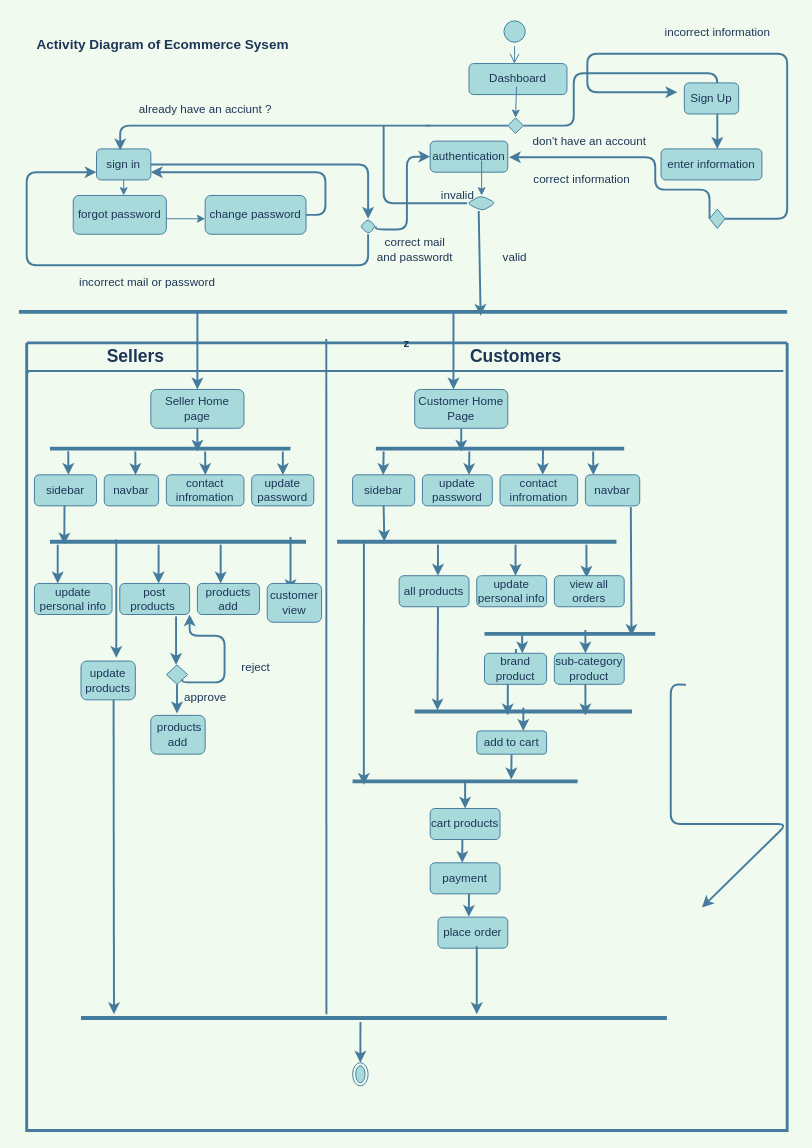
This is Activity Diagram Customers.drawio from Nasrinjaha/Click-Collect, a draw.io file, before an edit. Source tidied: cells renumbered, new cells numbered last; positions are measured from the earlier drawing's top-left corner, leaving out a move shared by most shapes. Both pictures are drawn from the tidied source at 97%, with x=0, y=0 at pixel (18, 16).
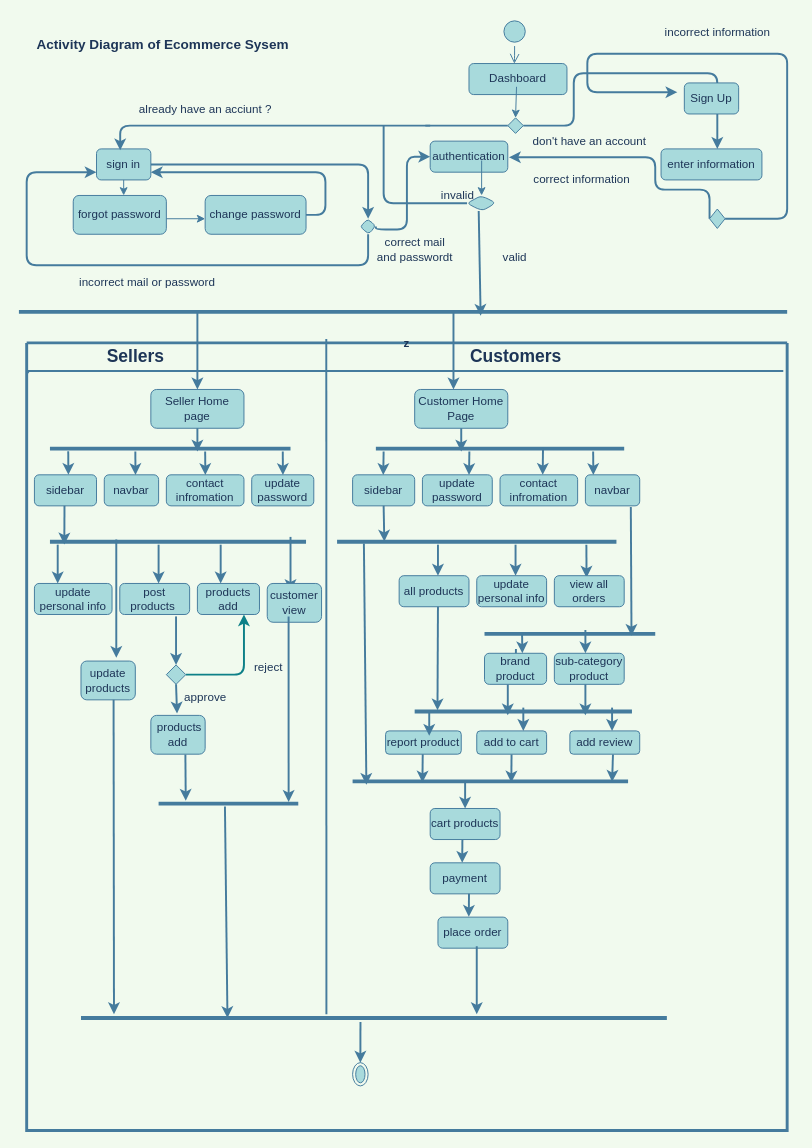
The same diagram, later.

Unchanged cells that the change refers to:
```xml
<mxCell id="24" value="z" style="swimlane;startSize=0;strokeWidth=3;fillColor=#A8DADC;strokeColor=#457B9D;fontColor=#1D3557;rounded=1;" parent="1" vertex="1">
  <mxGeometry x="8" y="336" width="784" height="812" as="geometry" />
</mxCell>
<mxCell id="38" value="post products&amp;nbsp;" style="whiteSpace=wrap;html=1;fillColor=#A8DADC;strokeColor=#457B9D;fontColor=#1D3557;rounded=1;" parent="24" vertex="1">
  <mxGeometry x="96" y="248" width="72" height="32" as="geometry" />
</mxCell>
<mxCell id="74" value="add to cart" style="whiteSpace=wrap;html=1;fillColor=#A8DADC;strokeColor=#457B9D;fontColor=#1D3557;rounded=1;" parent="24" vertex="1">
  <mxGeometry x="464" y="400" width="72" height="24" as="geometry" />
</mxCell>
<mxCell id="82" value="products add" style="whiteSpace=wrap;html=1;fillColor=#A8DADC;strokeColor=#457B9D;fontColor=#1D3557;rounded=1;" parent="24" vertex="1">
  <mxGeometry x="176" y="248" width="64" height="32" as="geometry" />
</mxCell>
<mxCell id="88" style="line;strokeWidth=4;html=1;shadow=0;glass=0;labelBackgroundColor=none;labelBorderColor=none;fontFamily=Times New Roman;fontSize=18;fillColor=#A8DADC;strokeColor=#457B9D;fontColor=#1D3557;rounded=1;" parent="24" vertex="1">
  <mxGeometry x="56" y="692" width="604" height="8" as="geometry" />
</mxCell>
<mxCell id="92" value="&amp;nbsp;products&lt;br&gt;add" style="whiteSpace=wrap;html=1;fillColor=#A8DADC;strokeColor=#457B9D;fontColor=#1D3557;rounded=1;" parent="24" vertex="1">
  <mxGeometry x="128" y="384" width="56" height="40" as="geometry" />
</mxCell>
```

Diff of the diagram source:
```diff
@@
-    <mxCell id="71" style="edgeStyle=none;jettySize=auto;html=1;strokeWidth=2;fontSize=19;labelBackgroundColor=#F1FAEE;strokeColor=#457B9D;fontColor=#1D3557;rounded=1;startArrow=none;entryX=0.705;entryY=0.25;entryDx=0;entryDy=0;entryPerimeter=0;" parent="24" edge="1" source="74" target="72">
+    <mxCell id="71" style="edgeStyle=none;jettySize=auto;html=1;strokeWidth=2;fontSize=19;labelBackgroundColor=#F1FAEE;strokeColor=#457B9D;fontColor=#1D3557;rounded=1;startArrow=none;entryX=0.576;entryY=0.65;entryDx=0;entryDy=0;entryPerimeter=0;" parent="24" edge="1" source="74" target="72">
       <mxGeometry relative="1" as="geometry" />
     </mxCell>
     <mxCell id="72" style="line;strokeWidth=4;html=1;shadow=0;glass=0;labelBackgroundColor=none;labelBorderColor=none;fontFamily=Times New Roman;fontSize=18;fillColor=#A8DADC;strokeColor=#457B9D;fontColor=#1D3557;rounded=1;" parent="24" vertex="1">
-      <mxGeometry x="336" y="448" width="232" height="8" as="geometry" />
+      <mxGeometry x="336" y="448" width="284" height="8" as="geometry" />
     </mxCell>
@@
-    <mxCell id="85" style="edgeStyle=none;orthogonalLoop=1;jettySize=auto;html=1;strokeWidth=2;fontSize=19;labelBackgroundColor=#F1FAEE;strokeColor=#457B9D;fontColor=#1D3557;rounded=1;exitX=-0.006;exitY=0.513;exitDx=0;exitDy=0;exitPerimeter=0;" parent="24" edge="1">
-      <mxGeometry relative="1" as="geometry">
-        <mxPoint x="679.6" y="352.4" as="sourcePoint" />
-        <mxPoint x="696.2" y="582" as="targetPoint" />
-        <Array as="points">
-          <mxPoint x="664" y="352" />
-          <mxPoint x="664" y="496" />
-          <mxPoint x="784" y="496" />
-        </Array>
-      </mxGeometry>
-    </mxCell>
@@
     <mxCell id="94" value="reject" style="text;html=1;align=center;verticalAlign=middle;fillColor=none;strokeColor=none;fontColor=#1D3557;rounded=1;" parent="24" vertex="1">
-      <mxGeometry x="211" y="320" width="50" height="30" as="geometry" />
+      <mxGeometry x="224" y="320" width="50" height="30" as="geometry" />
     </mxCell>
+    <mxCell id="126" value="add review" style="whiteSpace=wrap;html=1;fillColor=#A8DADC;strokeColor=#457B9D;fontColor=#1D3557;rounded=1;" parent="24" vertex="1">
+      <mxGeometry x="560" y="400" width="72" height="24" as="geometry" />
+    </mxCell>
+    <mxCell id="127" value="report product" style="whiteSpace=wrap;html=1;fillColor=#A8DADC;strokeColor=#457B9D;fontColor=#1D3557;rounded=1;" parent="24" vertex="1">
+      <mxGeometry x="370" y="400" width="78" height="24" as="geometry" />
+    </mxCell>
+    <mxCell id="128" style="edgeStyle=none;orthogonalLoop=1;jettySize=auto;html=1;strokeWidth=2;fontSize=19;labelBackgroundColor=#F1FAEE;strokeColor=#457B9D;fontColor=#1D3557;rounded=1;" parent="24" edge="1">
+      <mxGeometry relative="1" as="geometry">
+        <mxPoint x="415" y="381" as="sourcePoint" />
+        <mxPoint x="415" y="405" as="targetPoint" />
+      </mxGeometry>
+    </mxCell>
+    <mxCell id="129" style="edgeStyle=none;orthogonalLoop=1;jettySize=auto;html=1;strokeWidth=2;fontSize=19;labelBackgroundColor=#F1FAEE;strokeColor=#457B9D;fontColor=#1D3557;rounded=1;" parent="24" edge="1">
+      <mxGeometry relative="1" as="geometry">
+        <mxPoint x="603.5" y="376" as="sourcePoint" />
+        <mxPoint x="603.5" y="400" as="targetPoint" />
+      </mxGeometry>
+    </mxCell>
+    <mxCell id="130" style="edgeStyle=none;jettySize=auto;html=1;strokeWidth=2;fontSize=19;labelBackgroundColor=#F1FAEE;strokeColor=#457B9D;fontColor=#1D3557;rounded=1;startArrow=none;entryX=0.942;entryY=0.55;entryDx=0;entryDy=0;entryPerimeter=0;exitX=0.617;exitY=1.017;exitDx=0;exitDy=0;exitPerimeter=0;" parent="24" edge="1" source="126" target="72">
+      <mxGeometry relative="1" as="geometry" />
+    </mxCell>
+    <mxCell id="131" style="edgeStyle=none;orthogonalLoop=1;jettySize=auto;html=1;strokeWidth=2;fontSize=19;labelBackgroundColor=#F1FAEE;strokeColor=#457B9D;fontColor=#1D3557;rounded=1;startArrow=none;entryX=0.576;entryY=0.65;entryDx=0;entryDy=0;entryPerimeter=0;" parent="24" edge="1">
+      <mxGeometry relative="1" as="geometry">
+        <mxPoint x="408.3" y="424" as="sourcePoint" />
+        <mxPoint x="408" y="453.2" as="targetPoint" />
+      </mxGeometry>
+    </mxCell>
+    <mxCell id="132" style="line;strokeWidth=4;html=1;shadow=0;glass=0;labelBackgroundColor=none;labelBorderColor=none;fontFamily=Times New Roman;fontSize=18;fillColor=#A8DADC;strokeColor=#457B9D;fontColor=#1D3557;rounded=1;" parent="24" vertex="1">
+      <mxGeometry x="136" y="470" width="144" height="10" as="geometry" />
+    </mxCell>
+    <mxCell id="133" style="edgeStyle=none;jettySize=auto;html=1;strokeWidth=2;fontSize=19;labelBackgroundColor=#F1FAEE;strokeColor=#457B9D;fontColor=#1D3557;rounded=1;entryX=0.931;entryY=0.32;entryDx=0;entryDy=0;entryPerimeter=0;" parent="24" edge="1" target="132">
+      <mxGeometry relative="1" as="geometry">
+        <mxPoint x="270" y="282" as="sourcePoint" />
+      </mxGeometry>
+    </mxCell>
+    <mxCell id="134" style="edgeStyle=none;jettySize=auto;html=1;strokeWidth=2;fontSize=19;labelBackgroundColor=#F1FAEE;strokeColor=#457B9D;fontColor=#1D3557;rounded=1;exitX=0.475;exitY=0.8;exitDx=0;exitDy=0;exitPerimeter=0;entryX=0.25;entryY=0.5;entryDx=0;entryDy=0;entryPerimeter=0;" parent="24" edge="1" source="132" target="88">
+      <mxGeometry relative="1" as="geometry" />
+    </mxCell>
@@
+    <mxCell id="135" style="edgeStyle=orthogonalEdgeStyle;rounded=1;jettySize=auto;html=1;entryX=0.75;entryY=1;entryDx=0;entryDy=0;fillColor=#b0e3e6;strokeColor=#0e8088;strokeWidth=2;" parent="1" edge="1" source="120" target="82">
+      <mxGeometry relative="1" as="geometry" />
+    </mxCell>
     <mxCell id="120" style="rhombus;whiteSpace=wrap;html=1;strokeColor=#457B9D;fontColor=#1D3557;fillColor=#A8DADC;" parent="1" vertex="1">
-      <mxGeometry x="152" y="668" width="22" height="20" as="geometry" />
+      <mxGeometry x="152" y="668" width="20" height="20" as="geometry" />
     </mxCell>
@@
-    <mxCell id="125" style="edgeStyle=orthogonalEdgeStyle;rounded=1;jettySize=auto;html=1;strokeColor=#457B9D;strokeWidth=2;fontColor=#1D3557;fillColor=#A8DADC;entryX=1;entryY=1;entryDx=0;entryDy=0;exitX=1;exitY=1;exitDx=0;exitDy=0;" parent="1" edge="1" source="120" target="38">
-      <mxGeometry relative="1" as="geometry">
-        <Array as="points">
-          <mxPoint x="169" y="686" />
-          <mxPoint x="212" y="686" />
-          <mxPoint x="212" y="638" />
-          <mxPoint x="176" y="638" />
-        </Array>
-      </mxGeometry>
-    </mxCell>
+    <mxCell id="136" style="edgeStyle=none;jettySize=auto;html=1;strokeWidth=2;fontSize=19;labelBackgroundColor=#F1FAEE;strokeColor=#457B9D;fontColor=#1D3557;rounded=1;exitX=0.636;exitY=1.01;exitDx=0;exitDy=0;exitPerimeter=0;" parent="1" edge="1" source="92">
+      <mxGeometry relative="1" as="geometry">
+        <mxPoint x="172" y="808" as="targetPoint" />
+      </mxGeometry>
+    </mxCell>
```
